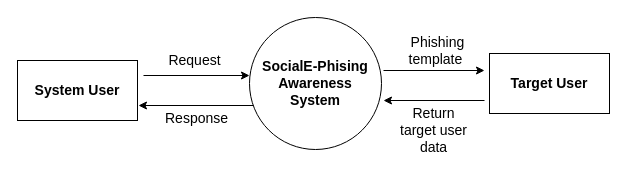
Earlier version of the draw.io diagram idfd0.drawio (jonamadk/DrawIO). Source tidied: cells renumbered, new cells numbered last; positions are measured from the earlier drawing's top-left corner, leaving out a move shared by most shapes. Both pictures are drawn from the tidied source at 100%, with x=0, y=0 at pixel (17, 17).
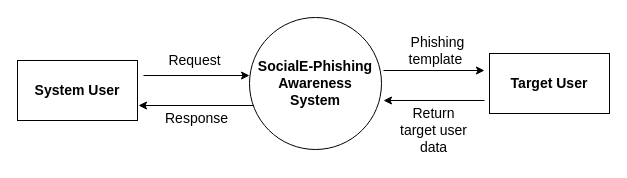
The same page after the edit.

What changed in the source:
```diff
@@
 <mxGraphModel>
   <root>
     <mxCell id="0" />
     <mxCell id="1" parent="0" />
     <mxCell id="2" value="&lt;font style=&quot;font-size: 14px&quot;&gt;&lt;b&gt;System User&lt;/b&gt;&lt;/font&gt;" style="rounded=0;whiteSpace=wrap;html=1;" parent="1" vertex="1">
       <mxGeometry y="43" width="120" height="60" as="geometry" />
     </mxCell>
-    <mxCell id="3" value="&lt;b&gt;&lt;font style=&quot;font-size: 14px&quot;&gt;SocialE-Phising Awareness&lt;br&gt;System&lt;/font&gt;&lt;/b&gt;" style="ellipse;whiteSpace=wrap;html=1;" parent="1" vertex="1">
+    <mxCell id="3" value="&lt;b&gt;&lt;font style=&quot;font-size: 14px&quot;&gt;SocialE-Phishing Awareness&lt;br&gt;System&lt;/font&gt;&lt;/b&gt;" style="ellipse;whiteSpace=wrap;html=1;" parent="1" vertex="1">
       <mxGeometry x="232" width="132" height="132" as="geometry" />
     </mxCell>
     <mxCell id="4" value="&lt;b&gt;&lt;font style=&quot;font-size: 14px&quot;&gt;Target User&lt;/font&gt;&lt;/b&gt;" style="rounded=0;whiteSpace=wrap;html=1;" parent="1" vertex="1">
       <mxGeometry x="472" y="36" width="120" height="60" as="geometry" />
     </mxCell>
     <mxCell id="5" style="endArrow=classic;html=1;rounded=0;" parent="1" edge="1">
       <mxGeometry relative="1" as="geometry">
         <mxPoint x="126" y="58" as="sourcePoint" />
         <mxPoint x="232" y="58" as="targetPoint" />
       </mxGeometry>
     </mxCell>
     <mxCell id="6" style="endArrow=classic;html=1;rounded=0;entryX=1;entryY=0.75;entryDx=0;entryDy=0;" parent="1" edge="1">
       <mxGeometry relative="1" as="geometry">
         <mxPoint x="236" y="88" as="sourcePoint" />
         <mxPoint x="121" y="88" as="targetPoint" />
       </mxGeometry>
     </mxCell>
     <mxCell id="7" style="endArrow=classic;html=1;rounded=0;exitX=1;exitY=0.25;exitDx=0;exitDy=0;" parent="1" edge="1">
       <mxGeometry relative="1" as="geometry">
         <mxPoint x="366" y="53" as="sourcePoint" />
         <mxPoint x="467" y="53" as="targetPoint" />
       </mxGeometry>
     </mxCell>
     <mxCell id="8" style="endArrow=classic;html=1;rounded=0;entryX=1;entryY=0.75;entryDx=0;entryDy=0;" parent="1" edge="1">
       <mxGeometry relative="1" as="geometry">
         <mxPoint x="467" y="83" as="sourcePoint" />
         <mxPoint x="366" y="83" as="targetPoint" />
       </mxGeometry>
     </mxCell>
     <mxCell id="9" value="&amp;nbsp;Request&amp;nbsp;" style="text;html=1;align=center;verticalAlign=middle;strokeColor=none;fillColor=none;fontSize=14;" parent="1" vertex="1">
       <mxGeometry x="137" y="33" width="80" height="20" as="geometry" />
     </mxCell>
     <mxCell id="10" value="Response&lt;br&gt;" style="text;html=1;align=center;verticalAlign=middle;strokeColor=none;fillColor=none;fontSize=14;" parent="1" vertex="1">
       <mxGeometry x="139" y="91" width="80" height="20" as="geometry" />
     </mxCell>
     <mxCell id="11" value="&amp;nbsp; Phishing&lt;br&gt;&amp;nbsp;template" style="text;html=1;align=center;verticalAlign=middle;strokeColor=none;fillColor=none;fontSize=14;" parent="1" vertex="1">
       <mxGeometry x="376" y="13" width="80" height="40" as="geometry" />
     </mxCell>
     <mxCell id="12" value="Return &lt;br&gt;target user&lt;br&gt;data" style="text;html=1;align=center;verticalAlign=middle;strokeColor=none;fillColor=none;fontSize=14;" parent="1" vertex="1">
       <mxGeometry x="376" y="83" width="80" height="60" as="geometry" />
     </mxCell>
   </root>
 </mxGraphModel>
```
